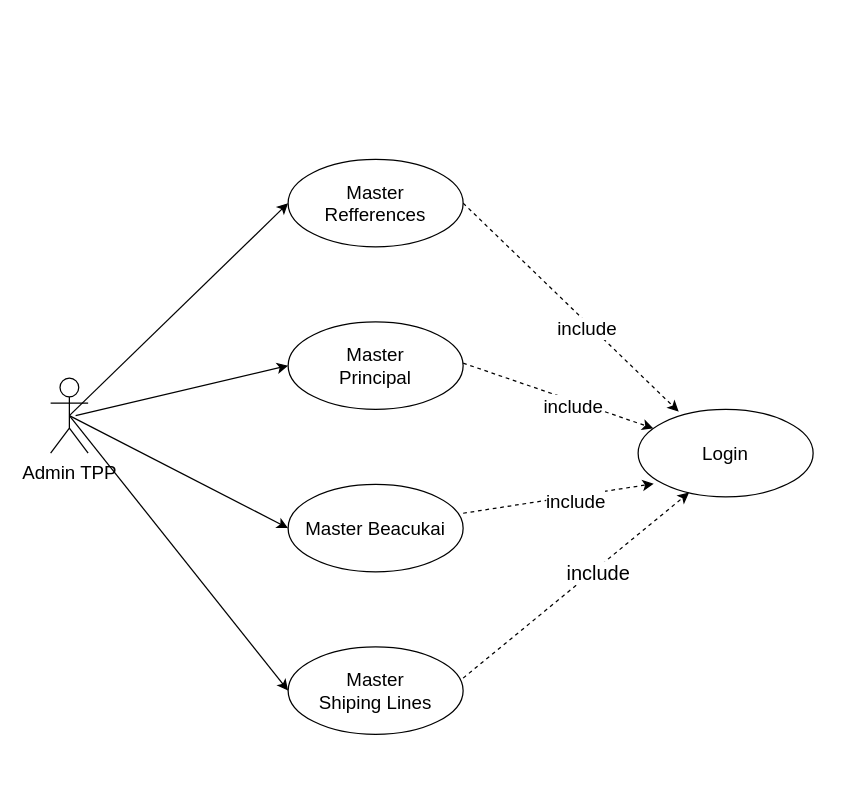
This is page "USE CASE Admin TPP Master" (1 of 2) of USE CASE.drawio from cuangshulhan/UML, a draw.io file, before an edit. Source tidied: cells renumbered, new cells numbered last; positions are measured from the earlier drawing's top-left corner, leaving out a move shared by most shapes. Both pictures are drawn from the tidied source at 125%, with x=0, y=0 at pixel (50, 159).
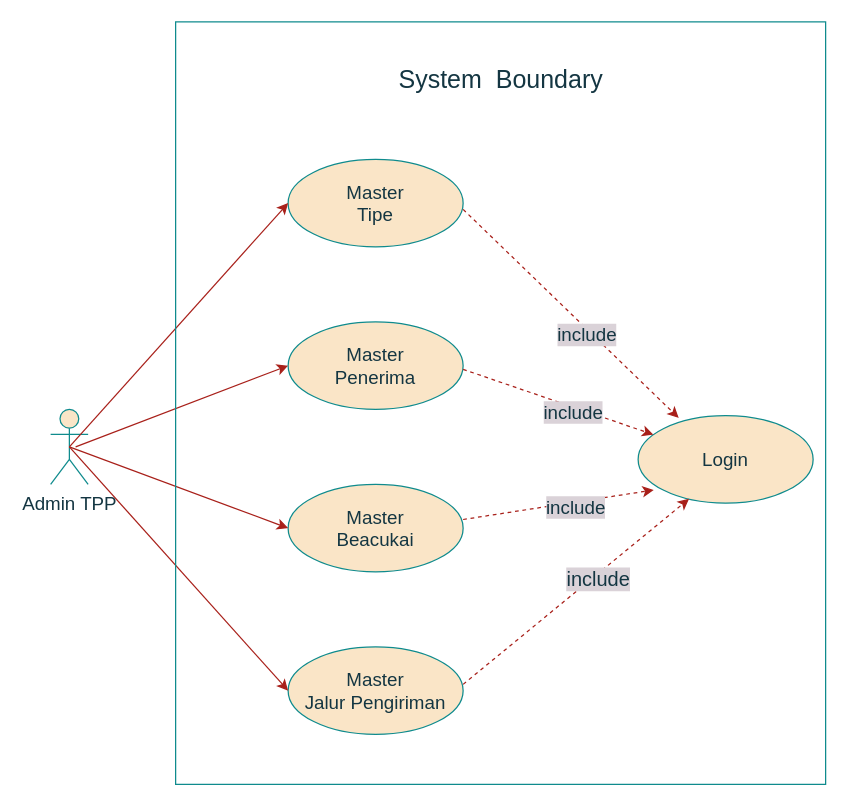
The same page after the edit.

Change to the diagram source:
```diff
@@
-    <mxCell id="2" value="&lt;font style=&quot;font-size: 15px&quot;&gt;Admin TPP&lt;/font&gt;" style="shape=umlActor;verticalLabelPosition=bottom;verticalAlign=top;html=1;" parent="1" vertex="1">
-      <mxGeometry y="175" width="30" height="60" as="geometry" />
+    <mxCell id="2" value="&lt;font style=&quot;font-size: 15px&quot;&gt;Admin TPP&lt;/font&gt;" style="shape=umlActor;verticalLabelPosition=bottom;verticalAlign=top;html=1;fillColor=#FAE5C7;strokeColor=#0F8B8D;fontColor=#143642;" parent="1" vertex="1">
+      <mxGeometry y="200" width="30" height="60" as="geometry" />
     </mxCell>
-    <mxCell id="3" value="&lt;div style=&quot;font-size: 15px&quot;&gt;&lt;font style=&quot;font-size: 15px&quot;&gt;Master&lt;/font&gt;&lt;/div&gt;&lt;div style=&quot;font-size: 15px&quot;&gt;&lt;font style=&quot;font-size: 15px&quot;&gt;Shiping Lines&lt;br&gt;&lt;/font&gt;&lt;/div&gt;" style="ellipse;whiteSpace=wrap;html=1;" parent="1" vertex="1">
+    <mxCell id="3" value="&lt;div style=&quot;font-size: 15px&quot;&gt;&lt;font style=&quot;font-size: 15px&quot;&gt;Master&lt;/font&gt;&lt;/div&gt;&lt;div style=&quot;font-size: 15px&quot;&gt;&lt;font style=&quot;font-size: 15px&quot;&gt;Jalur Pengiriman&lt;br&gt;&lt;/font&gt;&lt;/div&gt;" style="ellipse;whiteSpace=wrap;html=1;fillColor=#FAE5C7;strokeColor=#0F8B8D;fontColor=#143642;" parent="1" vertex="1">
       <mxGeometry x="190" y="390" width="140" height="70" as="geometry" />
     </mxCell>
-    <mxCell id="4" value="&lt;div&gt;&lt;font style=&quot;font-size: 15px&quot;&gt;Master &lt;br&gt;&lt;/font&gt;&lt;/div&gt;&lt;div&gt;&lt;font style=&quot;font-size: 15px&quot;&gt;Principal&lt;/font&gt;&lt;/div&gt;" style="ellipse;whiteSpace=wrap;html=1;" parent="1" vertex="1">
+    <mxCell id="4" value="&lt;div&gt;&lt;font style=&quot;font-size: 15px&quot;&gt;Master &lt;br&gt;&lt;/font&gt;&lt;/div&gt;&lt;div&gt;&lt;font style=&quot;font-size: 15px&quot;&gt;Penerima&lt;/font&gt;&lt;/div&gt;" style="ellipse;whiteSpace=wrap;html=1;fillColor=#FAE5C7;strokeColor=#0F8B8D;fontColor=#143642;" parent="1" vertex="1">
       <mxGeometry x="190" y="130" width="140" height="70" as="geometry" />
     </mxCell>
-    <mxCell id="5" value="&lt;font style=&quot;font-size: 15px&quot;&gt;Login&lt;/font&gt;" style="ellipse;whiteSpace=wrap;html=1;" parent="1" vertex="1">
-      <mxGeometry x="470" y="200" width="140" height="70" as="geometry" />
+    <mxCell id="5" value="&lt;font style=&quot;font-size: 15px&quot;&gt;Login&lt;/font&gt;" style="ellipse;whiteSpace=wrap;html=1;fillColor=#FAE5C7;strokeColor=#0F8B8D;fontColor=#143642;" parent="1" vertex="1">
+      <mxGeometry x="470" y="205" width="140" height="70" as="geometry" />
     </mxCell>
-    <mxCell id="6" value="&lt;div style=&quot;font-size: 15px&quot;&gt;&lt;font style=&quot;font-size: 15px&quot;&gt;Master&lt;/font&gt;&lt;/div&gt;&lt;div style=&quot;font-size: 15px&quot;&gt;&lt;font style=&quot;font-size: 15px&quot;&gt;Refferences&lt;br&gt;&lt;/font&gt;&lt;/div&gt;" style="ellipse;whiteSpace=wrap;html=1;" parent="1" vertex="1">
+    <mxCell id="6" value="&lt;div style=&quot;font-size: 15px&quot;&gt;&lt;font style=&quot;font-size: 15px&quot;&gt;Master&lt;/font&gt;&lt;/div&gt;&lt;div style=&quot;font-size: 15px&quot;&gt;&lt;font style=&quot;font-size: 15px&quot;&gt;Tipe&lt;br&gt;&lt;/font&gt;&lt;/div&gt;" style="ellipse;whiteSpace=wrap;html=1;fillColor=#FAE5C7;strokeColor=#0F8B8D;fontColor=#143642;" parent="1" vertex="1">
       <mxGeometry x="190" width="140" height="70" as="geometry" />
     </mxCell>
-    <mxCell id="7" value="&lt;font style=&quot;font-size: 15px&quot;&gt;Master Beacukai&lt;/font&gt;" style="ellipse;whiteSpace=wrap;html=1;" parent="1" vertex="1">
+    <mxCell id="7" value="&lt;div&gt;&lt;font style=&quot;font-size: 15px&quot;&gt;Master &lt;br&gt;&lt;/font&gt;&lt;/div&gt;&lt;div&gt;&lt;font style=&quot;font-size: 15px&quot;&gt;Beacukai&lt;/font&gt;&lt;/div&gt;" style="ellipse;whiteSpace=wrap;html=1;fillColor=#FAE5C7;strokeColor=#0F8B8D;fontColor=#143642;" parent="1" vertex="1">
       <mxGeometry x="190" y="260" width="140" height="70" as="geometry" />
     </mxCell>
-    <mxCell id="8" style="endArrow=classic;html=1;entryX=0;entryY=0.5;entryDx=0;entryDy=0;" parent="1" edge="1" target="4">
+    <mxCell id="8" style="endArrow=classic;html=1;entryX=0;entryY=0.5;entryDx=0;entryDy=0;strokeColor=#A8201A;fontColor=#143642;labelBackgroundColor=#DAD2D8;" parent="1" edge="1" target="4">
       <mxGeometry relative="1" as="geometry">
-        <mxPoint x="20" y="205" as="sourcePoint" />
+        <mxPoint x="20" y="230" as="sourcePoint" />
       </mxGeometry>
     </mxCell>
-    <mxCell id="9" style="endArrow=classic;html=1;entryX=0;entryY=0.5;entryDx=0;entryDy=0;exitX=0.5;exitY=0.5;exitDx=0;exitDy=0;exitPerimeter=0;" parent="1" edge="1" source="2" target="6">
+    <mxCell id="9" style="endArrow=classic;html=1;entryX=0;entryY=0.5;entryDx=0;entryDy=0;exitX=0.5;exitY=0.5;exitDx=0;exitDy=0;exitPerimeter=0;strokeColor=#A8201A;fontColor=#143642;labelBackgroundColor=#DAD2D8;" parent="1" edge="1" source="2" target="6">
       <mxGeometry relative="1" as="geometry" />
     </mxCell>
-    <mxCell id="10" style="endArrow=classic;html=1;entryX=0;entryY=0.5;entryDx=0;entryDy=0;exitX=0.5;exitY=0.5;exitDx=0;exitDy=0;exitPerimeter=0;" parent="1" edge="1" source="2" target="7">
+    <mxCell id="10" style="endArrow=classic;html=1;entryX=0;entryY=0.5;entryDx=0;entryDy=0;exitX=0.5;exitY=0.5;exitDx=0;exitDy=0;exitPerimeter=0;strokeColor=#A8201A;fontColor=#143642;labelBackgroundColor=#DAD2D8;" parent="1" edge="1" source="2" target="7">
       <mxGeometry relative="1" as="geometry" />
     </mxCell>
-    <mxCell id="11" style="endArrow=classic;html=1;entryX=0;entryY=0.5;entryDx=0;entryDy=0;exitX=0.5;exitY=0.5;exitDx=0;exitDy=0;exitPerimeter=0;" parent="1" edge="1" source="2" target="3">
+    <mxCell id="11" style="endArrow=classic;html=1;entryX=0;entryY=0.5;entryDx=0;entryDy=0;exitX=0.5;exitY=0.5;exitDx=0;exitDy=0;exitPerimeter=0;strokeColor=#A8201A;fontColor=#143642;labelBackgroundColor=#DAD2D8;" parent="1" edge="1" source="2" target="3">
       <mxGeometry relative="1" as="geometry" />
     </mxCell>
-    <mxCell id="12" style="endArrow=classic;html=1;rounded=1;dashed=1;entryX=0.232;entryY=0.027;entryDx=0;entryDy=0;entryPerimeter=0;" parent="1" edge="1" target="5">
+    <mxCell id="12" style="endArrow=classic;html=1;rounded=1;dashed=1;entryX=0.232;entryY=0.027;entryDx=0;entryDy=0;entryPerimeter=0;strokeColor=#A8201A;fontColor=#143642;labelBackgroundColor=#DAD2D8;" parent="1" edge="1" target="5">
       <mxGeometry relative="1" as="geometry">
-        <mxPoint x="330" y="35" as="sourcePoint" />
+        <mxPoint x="330" y="40" as="sourcePoint" />
       </mxGeometry>
     </mxCell>
-    <mxCell id="13" value="&lt;font style=&quot;font-size: 15px&quot;&gt;include&lt;/font&gt;" style="edgeLabel;html=1;align=center;verticalAlign=middle;" parent="12" vertex="1">
+    <mxCell id="13" value="&lt;font style=&quot;font-size: 15px&quot;&gt;include&lt;/font&gt;" style="edgeLabel;html=1;align=center;verticalAlign=middle;fontColor=#143642;labelBackgroundColor=#DAD2D8;" parent="12" vertex="1">
       <mxGeometry x="0.17" y="-3" relative="1" as="geometry" />
     </mxCell>
-    <mxCell id="14" style="endArrow=classic;html=1;rounded=1;dashed=1;" parent="1" edge="1" target="5">
+    <mxCell id="14" style="endArrow=classic;html=1;rounded=1;dashed=1;strokeColor=#A8201A;fontColor=#143642;labelBackgroundColor=#DAD2D8;" parent="1" edge="1" target="5">
       <mxGeometry relative="1" as="geometry">
-        <mxPoint x="330" y="163" as="sourcePoint" />
+        <mxPoint x="330" y="168" as="sourcePoint" />
       </mxGeometry>
     </mxCell>
-    <mxCell id="15" value="&lt;font style=&quot;font-size: 15px&quot;&gt;include&lt;/font&gt;" style="edgeLabel;html=1;align=center;verticalAlign=middle;" parent="14" vertex="1">
+    <mxCell id="15" value="&lt;font style=&quot;font-size: 15px&quot;&gt;include&lt;/font&gt;" style="edgeLabel;html=1;align=center;verticalAlign=middle;fontColor=#143642;labelBackgroundColor=#DAD2D8;" parent="14" vertex="1">
       <mxGeometry x="0.17" y="-3" relative="1" as="geometry" />
     </mxCell>
-    <mxCell id="16" style="endArrow=classic;html=1;rounded=1;dashed=1;entryX=0.089;entryY=0.85;entryDx=0;entryDy=0;entryPerimeter=0;" parent="1" edge="1" target="5">
+    <mxCell id="16" style="endArrow=classic;html=1;rounded=1;dashed=1;entryX=0.089;entryY=0.85;entryDx=0;entryDy=0;entryPerimeter=0;strokeColor=#A8201A;fontColor=#143642;labelBackgroundColor=#DAD2D8;" parent="1" edge="1" target="5">
       <mxGeometry relative="1" as="geometry">
-        <mxPoint x="330" y="283.1" as="sourcePoint" />
+        <mxPoint x="330" y="288.1" as="sourcePoint" />
       </mxGeometry>
     </mxCell>
-    <mxCell id="17" value="&lt;font style=&quot;font-size: 15px&quot;&gt;include&lt;/font&gt;" style="edgeLabel;html=1;align=center;verticalAlign=middle;" parent="16" vertex="1">
+    <mxCell id="17" value="&lt;font style=&quot;font-size: 15px&quot;&gt;include&lt;/font&gt;" style="edgeLabel;html=1;align=center;verticalAlign=middle;fontColor=#143642;labelBackgroundColor=#DAD2D8;" parent="16" vertex="1">
       <mxGeometry x="0.17" y="-3" relative="1" as="geometry" />
     </mxCell>
-    <mxCell id="18" style="endArrow=classic;html=1;rounded=1;dashed=1;entryX=0.291;entryY=0.951;entryDx=0;entryDy=0;entryPerimeter=0;" parent="1" edge="1" target="5">
+    <mxCell id="18" style="endArrow=classic;html=1;rounded=1;dashed=1;entryX=0.291;entryY=0.951;entryDx=0;entryDy=0;entryPerimeter=0;strokeColor=#A8201A;fontColor=#143642;labelBackgroundColor=#DAD2D8;" parent="1" edge="1" target="5">
       <mxGeometry relative="1" as="geometry">
-        <mxPoint x="330" y="415" as="sourcePoint" />
+        <mxPoint x="330" y="420" as="sourcePoint" />
       </mxGeometry>
     </mxCell>
-    <mxCell id="19" value="&lt;font style=&quot;font-size: 16px&quot;&gt;include&lt;/font&gt;" style="edgeLabel;html=1;align=center;verticalAlign=middle;" parent="18" vertex="1">
+    <mxCell id="19" value="&lt;font style=&quot;font-size: 16px&quot;&gt;include&lt;/font&gt;" style="edgeLabel;html=1;align=center;verticalAlign=middle;fontColor=#143642;labelBackgroundColor=#DAD2D8;" parent="18" vertex="1">
       <mxGeometry x="0.17" y="-3" relative="1" as="geometry" />
     </mxCell>
+    <mxCell id="20" style="rounded=0;whiteSpace=wrap;html=1;fillColor=none;strokeColor=#0F8B8D;fontColor=#143642;" parent="1" vertex="1">
+      <mxGeometry x="100" y="-110" width="520" height="610" as="geometry" />
+    </mxCell>
+    <mxCell id="21" value="&lt;font style=&quot;font-size: 20px&quot;&gt;System&amp;nbsp; Boundary&lt;/font&gt;" style="text;html=1;strokeColor=none;fillColor=none;align=center;verticalAlign=middle;whiteSpace=wrap;rounded=0;fontColor=#143642;" parent="1" vertex="1">
+      <mxGeometry x="252.5" y="-80" width="215" height="30" as="geometry" />
+    </mxCell>
```
